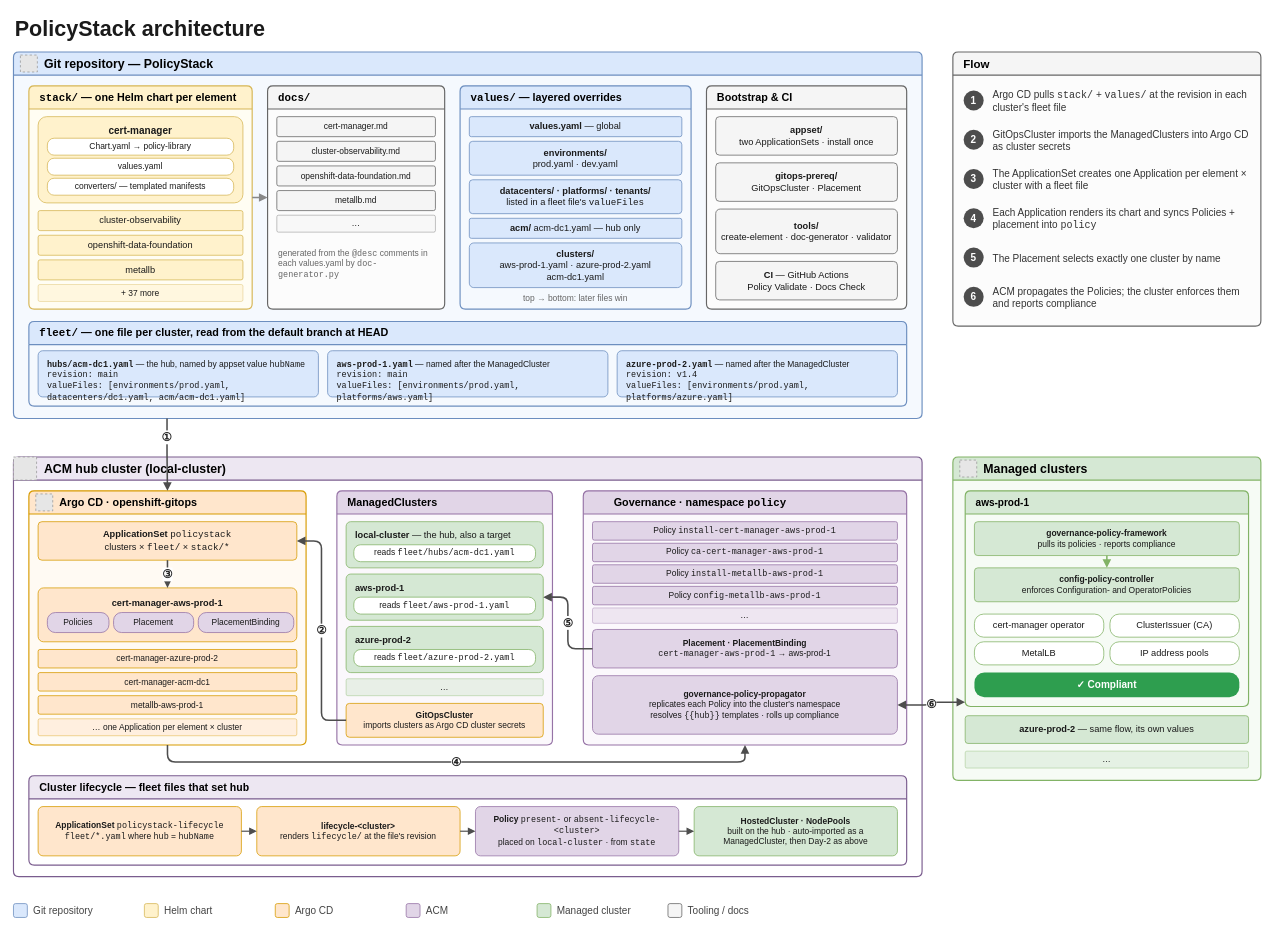
This is diagrams/architecture.drawio from PolicyStack/PolicyStack, a draw.io file, before an edit. Source tidied: cells renumbered, new cells numbered last; positions are measured from the earlier drawing's top-left corner, leaving out a move shared by most shapes. Both pictures are drawn from the tidied source at 77%, with x=0, y=0 at pixel (13, 13). Pictures stored in the file or linked from it are replaced by grey dashed boxes.
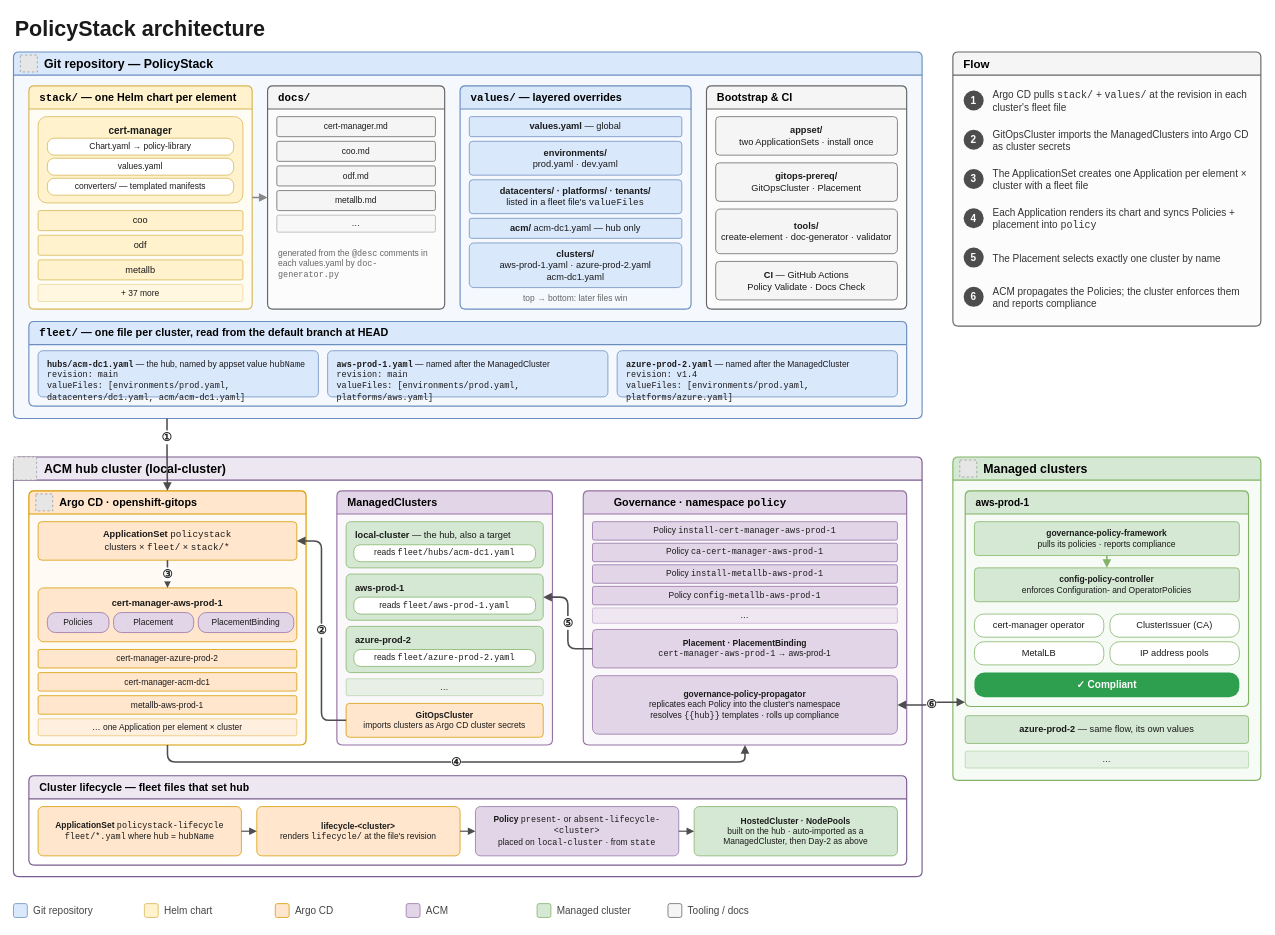
The same page after the edit.

The change refers to these unchanged cells:
```xml
<mxCell id="5" value="&lt;font face=&quot;Courier New&quot;&gt;stack/&lt;/font&gt; — one Helm chart per element" style="swimlane;html=1;whiteSpace=wrap;startSize=30;fillColor=#fff2cc;strokeColor=#d6b656;swimlaneFillColor=#fffdf3;fontStyle=1;fontSize=14;rounded=1;absoluteArcSize=1;arcSize=14;strokeWidth=1.5;align=left;spacingLeft=12;" parent="3" vertex="1">
  <mxGeometry x="20" y="44" width="290" height="290" as="geometry" />
</mxCell>
<mxCell id="14" value="&lt;font face=&quot;Courier New&quot;&gt;docs/&lt;/font&gt;" style="swimlane;html=1;whiteSpace=wrap;startSize=30;fillColor=#f5f5f5;strokeColor=#666666;swimlaneFillColor=#fcfcfc;fontStyle=1;fontSize=14;rounded=1;absoluteArcSize=1;arcSize=14;strokeWidth=1.5;align=left;spacingLeft=12;" parent="3" vertex="1">
  <mxGeometry x="330" y="44" width="230" height="290" as="geometry" />
</mxCell>
```

What changed in the source:
```diff
@@
-    <mxCell id="10" value="cluster-observability" style="html=1;whiteSpace=wrap;fontSize=12;rounded=1;arcSize=10;fillColor=#fff2cc;strokeColor=#d6b656;fontColor=#1a1a1a;align=center;verticalAlign=middle;spacingLeft=6;spacingRight=6;" parent="5" vertex="1">
+    <mxCell id="10" value="coo" style="html=1;whiteSpace=wrap;fontSize=12;rounded=1;arcSize=10;fillColor=#fff2cc;strokeColor=#d6b656;fontColor=#1a1a1a;align=center;verticalAlign=middle;spacingLeft=6;spacingRight=6;" parent="5" vertex="1">
       <mxGeometry x="12" y="162" width="266" height="26" as="geometry" />
     </mxCell>
-    <mxCell id="11" value="openshift-data-foundation" style="html=1;whiteSpace=wrap;fontSize=12;rounded=1;arcSize=10;fillColor=#fff2cc;strokeColor=#d6b656;fontColor=#1a1a1a;align=center;verticalAlign=middle;spacingLeft=6;spacingRight=6;" parent="5" vertex="1">
+    <mxCell id="11" value="odf" style="html=1;whiteSpace=wrap;fontSize=12;rounded=1;arcSize=10;fillColor=#fff2cc;strokeColor=#d6b656;fontColor=#1a1a1a;align=center;verticalAlign=middle;spacingLeft=6;spacingRight=6;" parent="5" vertex="1">
       <mxGeometry x="12" y="194" width="266" height="26" as="geometry" />
     </mxCell>
@@
-    <mxCell id="16" value="cluster-observability.md" style="html=1;whiteSpace=wrap;fontSize=11;rounded=1;arcSize=10;fillColor=#f5f5f5;strokeColor=#666666;fontColor=#1a1a1a;align=center;verticalAlign=middle;spacingLeft=6;spacingRight=6;" parent="14" vertex="1">
+    <mxCell id="16" value="coo.md" style="html=1;whiteSpace=wrap;fontSize=11;rounded=1;arcSize=10;fillColor=#f5f5f5;strokeColor=#666666;fontColor=#1a1a1a;align=center;verticalAlign=middle;spacingLeft=6;spacingRight=6;" parent="14" vertex="1">
       <mxGeometry x="12" y="72" width="206" height="26" as="geometry" />
     </mxCell>
-    <mxCell id="17" value="openshift-data-foundation.md" style="html=1;whiteSpace=wrap;fontSize=11;rounded=1;arcSize=10;fillColor=#f5f5f5;strokeColor=#666666;fontColor=#1a1a1a;align=center;verticalAlign=middle;spacingLeft=6;spacingRight=6;" parent="14" vertex="1">
+    <mxCell id="17" value="odf.md" style="html=1;whiteSpace=wrap;fontSize=11;rounded=1;arcSize=10;fillColor=#f5f5f5;strokeColor=#666666;fontColor=#1a1a1a;align=center;verticalAlign=middle;spacingLeft=6;spacingRight=6;" parent="14" vertex="1">
       <mxGeometry x="12" y="104" width="206" height="26" as="geometry" />
     </mxCell>
```
